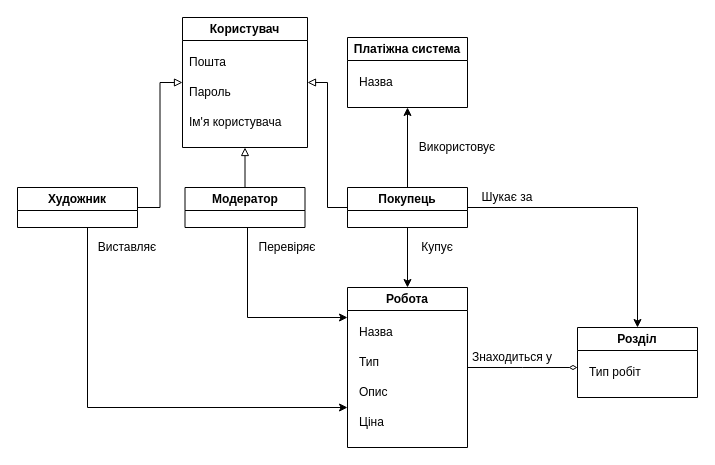
The draw.io diagram 2-SoftwareDesign/2.1-UMLConceptClasses/UML-ConceptClasses.drawio in oleksandrblazhko/ai203-tokarev, before the edit. Source tidied: cells renumbered, new cells numbered last; positions are measured from the earlier drawing's top-left corner, leaving out a move shared by most shapes. Both pictures are drawn from the tidied source at 100%, with x=0, y=0 at pixel (17, 17).
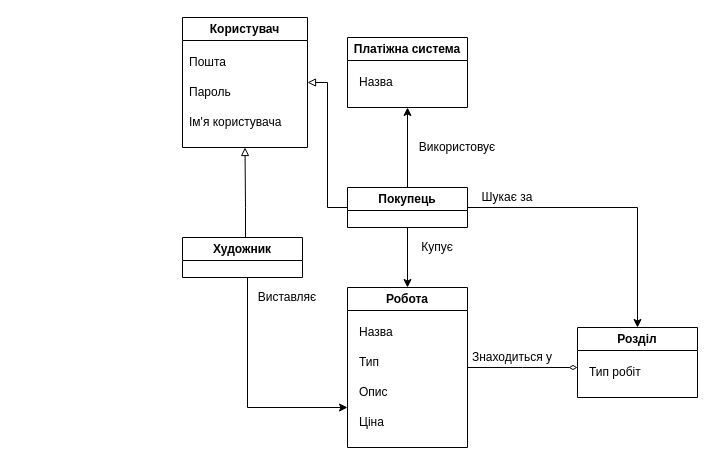
The same diagram, later.

Unchanged cells that the change refers to:
```xml
<mxCell id="2" value="Користувач" style="swimlane;whiteSpace=wrap;html=1;" parent="1" vertex="1">
  <mxGeometry x="165" width="125" height="130" as="geometry" />
</mxCell>
<mxCell id="7" value="Робота" style="swimlane;whiteSpace=wrap;html=1;" parent="1" vertex="1">
  <mxGeometry x="330" y="270" width="120" height="160" as="geometry" />
</mxCell>
```

The edit, as a diff of the source:
```diff
@@
-    <mxCell id="12" style="edgeStyle=orthogonalEdgeStyle;rounded=0;jettySize=auto;html=1;entryX=0.5;entryY=1;entryDx=0;entryDy=0;endArrow=block;endFill=0;" parent="1" edge="1" source="14" target="2">
-      <mxGeometry relative="1" as="geometry" />
-    </mxCell>
-    <mxCell id="13" style="edgeStyle=orthogonalEdgeStyle;rounded=0;jettySize=auto;html=1;" parent="1" edge="1" source="14">
-      <mxGeometry relative="1" as="geometry">
-        <mxPoint x="330" y="300" as="targetPoint" />
-        <Array as="points">
-          <mxPoint x="230" y="300" />
-        </Array>
-      </mxGeometry>
-    </mxCell>
-    <mxCell id="14" value="Модератор" style="swimlane;whiteSpace=wrap;html=1;" parent="1" vertex="1">
-      <mxGeometry x="167.5" y="170" width="120" height="40" as="geometry" />
-    </mxCell>
@@
-    <mxCell id="19" style="edgeStyle=orthogonalEdgeStyle;rounded=0;jettySize=auto;html=1;entryX=0;entryY=0.5;entryDx=0;entryDy=0;endArrow=block;endFill=0;" parent="1" edge="1" source="21" target="2">
-      <mxGeometry relative="1" as="geometry" />
+    <mxCell id="19" style="edgeStyle=orthogonalEdgeStyle;rounded=0;jettySize=auto;html=1;entryX=0.5;entryY=1;entryDx=0;entryDy=0;endArrow=block;endFill=0;" parent="1" edge="1" source="21" target="2">
+      <mxGeometry relative="1" as="geometry">
+        <Array as="points">
+          <mxPoint x="228" y="190" />
+          <mxPoint x="228" y="190" />
+        </Array>
+      </mxGeometry>
     </mxCell>
     <mxCell id="20" style="edgeStyle=orthogonalEdgeStyle;rounded=0;jettySize=auto;html=1;entryX=0;entryY=0.75;entryDx=0;entryDy=0;" parent="1" edge="1" source="21" target="7">
       <mxGeometry relative="1" as="geometry">
         <Array as="points">
-          <mxPoint x="70" y="390" />
+          <mxPoint x="230" y="390" />
         </Array>
       </mxGeometry>
     </mxCell>
     <mxCell id="21" value="Художник" style="swimlane;whiteSpace=wrap;html=1;" parent="1" vertex="1">
-      <mxGeometry y="170" width="120" height="40" as="geometry" />
+      <mxGeometry x="165" y="220" width="120" height="40" as="geometry" />
     </mxCell>
@@
     <mxCell id="30" value="Виставляє" style="text;html=1;strokeColor=none;fillColor=none;align=center;verticalAlign=middle;whiteSpace=wrap;rounded=0;" parent="1" vertex="1">
-      <mxGeometry x="80" y="220" width="60" height="20" as="geometry" />
+      <mxGeometry x="240" y="270" width="60" height="20" as="geometry" />
     </mxCell>
-    <mxCell id="31" value="Перевіряє" style="text;html=1;strokeColor=none;fillColor=none;align=center;verticalAlign=middle;whiteSpace=wrap;rounded=0;" parent="1" vertex="1">
-      <mxGeometry x="240" y="220" width="60" height="20" as="geometry" />
-    </mxCell>
```
